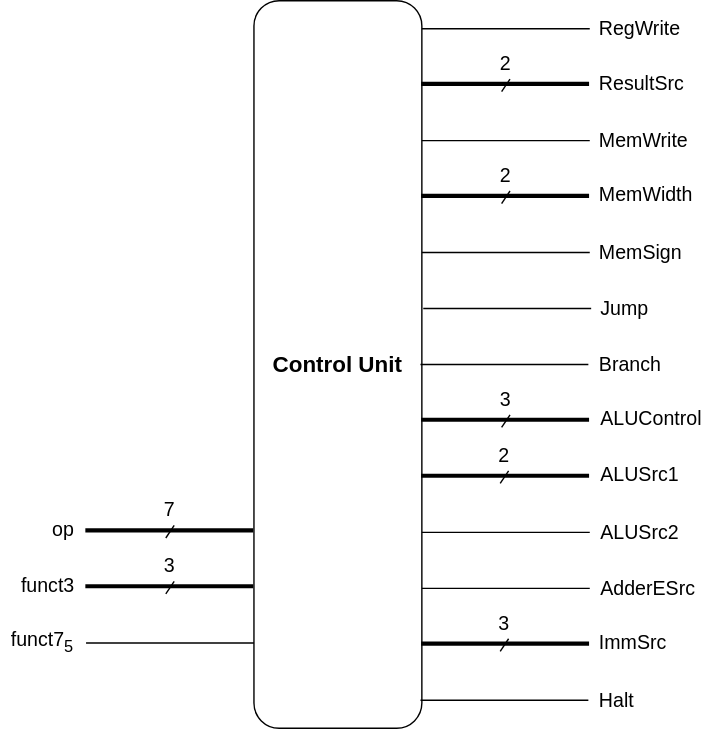
niumuzhi2004/risc-v-uvc keeps this draw.io diagram as .github/pipelined_control_unit.svg. Above is the earlier version. Source tidied: cells renumbered, new cells last; positions are measured from the earlier drawing's top-left corner, leaving out a move shared by most shapes.
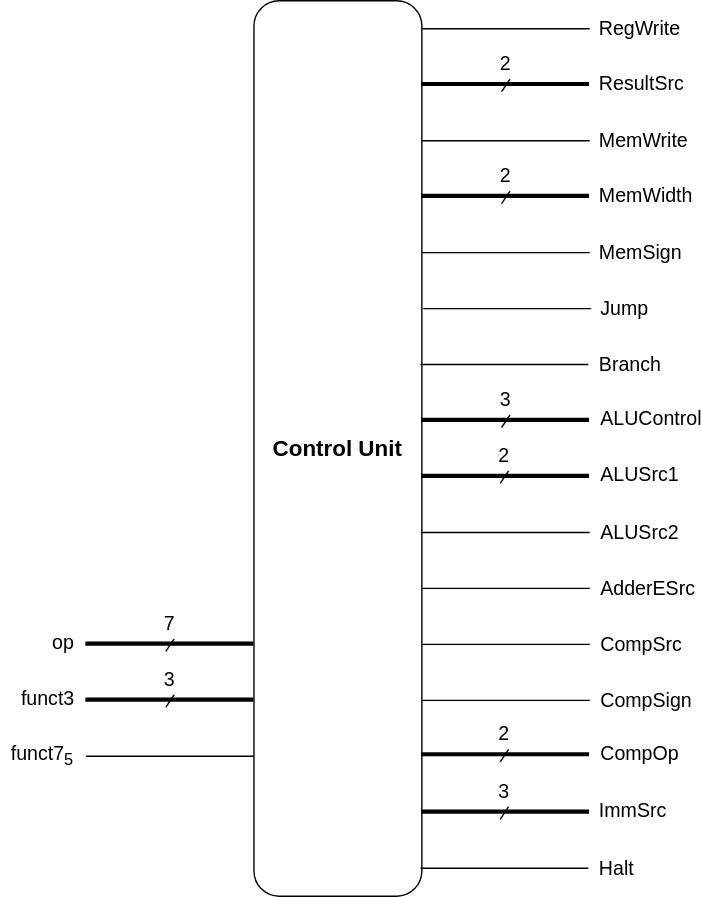
After the change.

Commit message:
added comparator and updated control

What changed in the source:
```diff
@@ -3,10 +3,10 @@
     <mxCell id="0" />
     <mxCell id="1" parent="0" />
     <mxCell id="2" value="&lt;font style=&quot;font-size: 16px;&quot;&gt;&lt;b&gt;Control Unit&lt;/b&gt;&lt;/font&gt;" style="rounded=1;whiteSpace=wrap;html=1;" parent="1" vertex="1">
-      <mxGeometry x="181" width="120" height="520" as="geometry" />
+      <mxGeometry x="181" width="120" height="640" as="geometry" />
     </mxCell>
     <mxCell id="3" style="group;" parent="1" vertex="1">
-      <mxGeometry x="11" y="349" width="140" height="44" as="geometry" />
+      <mxGeometry x="11" y="430" width="140" height="44" as="geometry" />
     </mxCell>
     <mxCell id="4" style="endArrow=none;html=1;rounded=0;strokeWidth=3;" parent="3" edge="1">
       <mxGeometry relative="1" as="geometry">
@@ -27,7 +27,7 @@
       </mxGeometry>
     </mxCell>
     <mxCell id="8" style="group;" parent="1" vertex="1">
-      <mxGeometry x="11" y="389" width="140" height="44" as="geometry" />
+      <mxGeometry x="11" y="470" width="140" height="44" as="geometry" />
     </mxCell>
     <mxCell id="9" style="endArrow=none;html=1;rounded=0;strokeWidth=3;" parent="8" edge="1">
       <mxGeometry relative="1" as="geometry">
@@ -48,7 +48,7 @@
       </mxGeometry>
     </mxCell>
     <mxCell id="13" style="group;" parent="1" vertex="1">
-      <mxGeometry x="11" y="429" width="140" height="44" as="geometry" />
+      <mxGeometry x="11" y="510" width="140" height="44" as="geometry" />
     </mxCell>
     <mxCell id="14" style="endArrow=none;html=1;rounded=0;strokeWidth=1;" parent="13" edge="1">
       <mxGeometry relative="1" as="geometry">
@@ -162,10 +162,10 @@
       <mxGeometry width="60" height="30" as="geometry" />
     </mxCell>
     <mxCell id="41" value="&lt;font&gt;ImmSrc&lt;/font&gt;" style="text;html=1;whiteSpace=wrap;strokeColor=none;fillColor=none;align=left;verticalAlign=middle;rounded=0;fontSize=14;" parent="1" vertex="1">
-      <mxGeometry x="426" y="444" width="60" height="30" as="geometry" />
+      <mxGeometry x="426" y="564" width="60" height="30" as="geometry" />
     </mxCell>
     <mxCell id="42" style="group;" parent="1" vertex="1">
-      <mxGeometry x="330" y="430" width="60" height="30" as="geometry" />
+      <mxGeometry x="330" y="550" width="60" height="30" as="geometry" />
     </mxCell>
     <mxCell id="43" style="endArrow=none;html=1;rounded=0;strokeWidth=3;" parent="42" edge="1">
       <mxGeometry relative="1" as="geometry">
@@ -240,7 +240,7 @@
       <mxGeometry width="60" height="30" as="geometry" />
     </mxCell>
     <mxCell id="59" style="group;align=left;" parent="1" vertex="1">
-      <mxGeometry x="426" y="485" width="60" height="30" as="geometry" />
+      <mxGeometry x="426" y="605" width="60" height="30" as="geometry" />
     </mxCell>
     <mxCell id="60" style="endArrow=none;html=1;rounded=0;strokeWidth=1;" parent="59" edge="1">
       <mxGeometry relative="1" as="geometry">
@@ -251,5 +251,47 @@
     <mxCell id="61" value="Halt" style="text;html=1;whiteSpace=wrap;strokeColor=none;fillColor=none;align=left;verticalAlign=middle;rounded=0;fontSize=14;" parent="59" vertex="1">
       <mxGeometry width="60" height="30" as="geometry" />
     </mxCell>
+    <mxCell id="62" style="group;align=left;" parent="1" vertex="1">
+      <mxGeometry x="427" y="445" width="60" height="30" as="geometry" />
+    </mxCell>
+    <mxCell id="63" style="endArrow=none;html=1;rounded=0;strokeWidth=1;" parent="62" edge="1">
+      <mxGeometry relative="1" as="geometry">
+        <mxPoint x="-126" y="15" as="sourcePoint" />
+        <mxPoint x="-6" y="15" as="targetPoint" />
+      </mxGeometry>
+    </mxCell>
+    <mxCell id="64" value="CompSrc" style="text;html=1;whiteSpace=wrap;strokeColor=none;fillColor=none;align=left;verticalAlign=middle;rounded=0;fontSize=14;" parent="62" vertex="1">
+      <mxGeometry width="60" height="30" as="geometry" />
+    </mxCell>
+    <mxCell id="65" style="group;align=left;" parent="1" vertex="1">
+      <mxGeometry x="427" y="485" width="60" height="30" as="geometry" />
+    </mxCell>
+    <mxCell id="66" style="endArrow=none;html=1;rounded=0;strokeWidth=1;" parent="65" edge="1">
+      <mxGeometry relative="1" as="geometry">
+        <mxPoint x="-126" y="15" as="sourcePoint" />
+        <mxPoint x="-6" y="15" as="targetPoint" />
+      </mxGeometry>
+    </mxCell>
+    <mxCell id="67" value="CompSign" style="text;html=1;whiteSpace=wrap;strokeColor=none;fillColor=none;align=left;verticalAlign=middle;rounded=0;fontSize=14;" parent="65" vertex="1">
+      <mxGeometry width="60" height="30" as="geometry" />
+    </mxCell>
+    <mxCell id="68" value="&lt;font&gt;CompOp&lt;/font&gt;" style="text;html=1;whiteSpace=wrap;strokeColor=none;fillColor=none;align=left;verticalAlign=middle;rounded=0;fontSize=14;" parent="1" vertex="1">
+      <mxGeometry x="427" y="523" width="60" height="30" as="geometry" />
+    </mxCell>
+    <mxCell id="69" style="endArrow=none;html=1;rounded=0;strokeWidth=3;" parent="1" edge="1">
+      <mxGeometry relative="1" as="geometry">
+        <mxPoint x="301" y="539" as="sourcePoint" />
+        <mxPoint x="421" y="539" as="targetPoint" />
+      </mxGeometry>
+    </mxCell>
+    <mxCell id="70" value="&lt;font style=&quot;font-size: 14px;&quot;&gt;2&lt;/font&gt;" style="text;html=1;whiteSpace=wrap;strokeColor=none;fillColor=none;align=center;verticalAlign=middle;rounded=0;" parent="1" vertex="1">
+      <mxGeometry x="330" y="509" width="60" height="30" as="geometry" />
+    </mxCell>
+    <mxCell id="71" style="endArrow=none;html=1;rounded=0;strokeWidth=1;" parent="1" edge="1">
+      <mxGeometry relative="1" as="geometry">
+        <mxPoint x="357" y="544" as="sourcePoint" />
+        <mxPoint x="363" y="535" as="targetPoint" />
+      </mxGeometry>
+    </mxCell>
   </root>
 </mxGraphModel>
```
